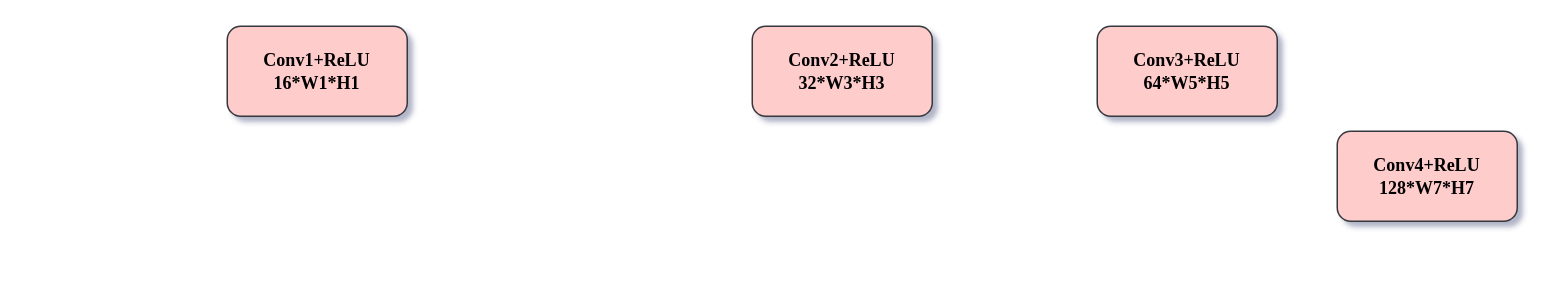
Before: sign_language_architecture.drawio in dhrubapuc23/Computer-Vision, a draw.io diagram. Source tidied: cells renumbered, new cells numbered last; positions are measured from the earlier drawing's top-left corner, leaving out a move shared by most shapes. Both pictures are drawn from the tidied source at 150%, with x=0, y=0 at pixel (226, 26).
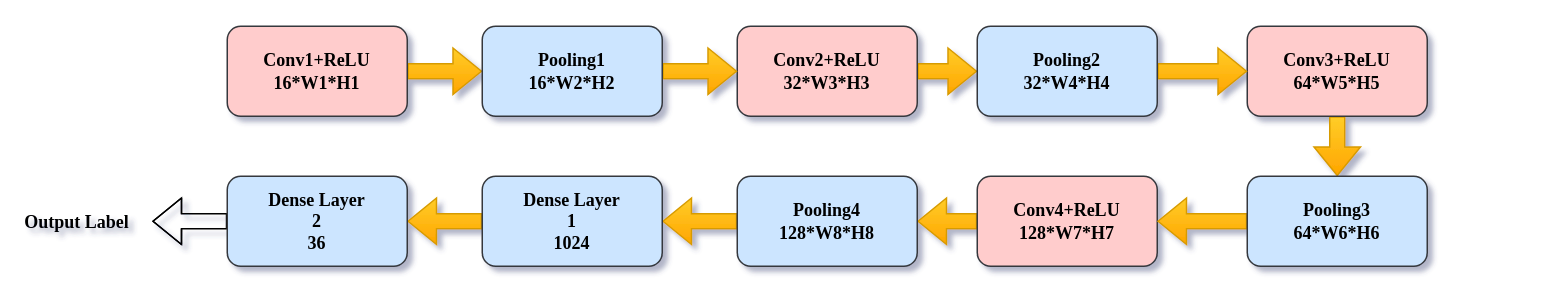
The same page after the edit.

Unchanged cells that the change refers to:
```xml
<mxCell id="2" value="&lt;div&gt;Conv1+ReLU&lt;/div&gt;&lt;div&gt;16*W1*H1&lt;br&gt;&lt;/div&gt;" style="rounded=1;whiteSpace=wrap;html=1;fillColor=#ffcccc;strokeColor=#36393d;fontFamily=Times New Roman;direction=west;fontStyle=1;" parent="1" vertex="1">
  <mxGeometry width="120" height="60" as="geometry" />
</mxCell>
```

What changed in the source:
```diff
@@
+    <mxCell id="6" style="edgeStyle=orthogonalEdgeStyle;rounded=0;jettySize=auto;html=1;entryX=1;entryY=0.5;entryDx=0;entryDy=0;fontFamily=Times New Roman;fillColor=#ffcd28;gradientColor=#ffa500;strokeColor=#d79b00;shape=flexArrow;" parent="1" edge="1" source="2" target="11">
+      <mxGeometry relative="1" as="geometry" />
+    </mxCell>
@@
+    <mxCell id="7" style="edgeStyle=orthogonalEdgeStyle;shape=flexArrow;rounded=0;jettySize=auto;html=1;exitX=0;exitY=0.5;exitDx=0;exitDy=0;fontFamily=Times New Roman;fillColor=#ffcd28;gradientColor=#ffa500;strokeColor=#d79b00;" parent="1" edge="1" source="3" target="13">
+      <mxGeometry relative="1" as="geometry" />
+    </mxCell>
     <mxCell id="3" value="&lt;div&gt;Conv2+ReLU&lt;/div&gt;&lt;div&gt;32*W3*H3&lt;br&gt;&lt;/div&gt;" style="rounded=1;whiteSpace=wrap;html=1;fillColor=#ffcccc;strokeColor=#36393d;fontFamily=Times New Roman;direction=west;fontStyle=1;" parent="1" vertex="1">
-      <mxGeometry x="350" width="120" height="60" as="geometry" />
+      <mxGeometry x="340" width="120" height="60" as="geometry" />
     </mxCell>
+    <mxCell id="8" style="edgeStyle=orthogonalEdgeStyle;shape=flexArrow;rounded=0;jettySize=auto;html=1;fontFamily=Times New Roman;fillColor=#ffcd28;gradientColor=#ffa500;strokeColor=#d79b00;" parent="1" edge="1" source="4" target="15">
+      <mxGeometry relative="1" as="geometry" />
+    </mxCell>
     <mxCell id="4" value="&lt;div&gt;Conv3+ReLU&lt;/div&gt;&lt;div&gt;64*W5*H5&lt;br&gt;&lt;/div&gt;" style="rounded=1;whiteSpace=wrap;html=1;fillColor=#ffcccc;strokeColor=#36393d;fontFamily=Times New Roman;direction=west;fontStyle=1;" parent="1" vertex="1">
-      <mxGeometry x="580" width="120" height="60" as="geometry" />
+      <mxGeometry x="680" width="120" height="60" as="geometry" />
     </mxCell>
+    <mxCell id="9" style="edgeStyle=orthogonalEdgeStyle;shape=flexArrow;rounded=0;jettySize=auto;html=1;entryX=0;entryY=0.5;entryDx=0;entryDy=0;fontFamily=Times New Roman;fillColor=#ffcd28;gradientColor=#ffa500;strokeColor=#d79b00;" parent="1" edge="1" source="5" target="17">
+      <mxGeometry relative="1" as="geometry" />
+    </mxCell>
     <mxCell id="5" value="&lt;div&gt;Conv4+ReLU&lt;/div&gt;&lt;div&gt;128*W7*H7&lt;br&gt;&lt;/div&gt;" style="rounded=1;whiteSpace=wrap;html=1;fillColor=#ffcccc;strokeColor=#36393d;fontFamily=Times New Roman;direction=west;fontStyle=1;" parent="1" vertex="1">
-      <mxGeometry x="740" y="70" width="120" height="60" as="geometry" />
+      <mxGeometry x="500" y="100" width="120" height="60" as="geometry" />
     </mxCell>
+    <mxCell id="10" style="edgeStyle=orthogonalEdgeStyle;shape=flexArrow;rounded=0;jettySize=auto;html=1;exitX=0;exitY=0.5;exitDx=0;exitDy=0;entryX=1;entryY=0.5;entryDx=0;entryDy=0;fontFamily=Times New Roman;fillColor=#ffcd28;gradientColor=#ffa500;strokeColor=#d79b00;" parent="1" edge="1" source="11" target="3">
+      <mxGeometry relative="1" as="geometry" />
+    </mxCell>
+    <mxCell id="11" value="&lt;div&gt;Pooling1&lt;br&gt;&lt;/div&gt;&lt;div&gt;16*W2*H2&lt;br&gt;&lt;/div&gt;" style="rounded=1;whiteSpace=wrap;html=1;fillColor=#cce5ff;strokeColor=#36393d;fontFamily=Times New Roman;direction=west;fontStyle=1;" parent="1" vertex="1">
+      <mxGeometry x="170" width="120" height="60" as="geometry" />
+    </mxCell>
+    <mxCell id="12" style="edgeStyle=orthogonalEdgeStyle;shape=flexArrow;rounded=0;jettySize=auto;html=1;fontFamily=Times New Roman;fillColor=#ffcd28;gradientColor=#ffa500;strokeColor=#d79b00;" parent="1" edge="1" source="13" target="4">
+      <mxGeometry relative="1" as="geometry" />
+    </mxCell>
+    <mxCell id="13" value="&lt;div&gt;Pooling2&lt;br&gt;&lt;/div&gt;&lt;div&gt;32*W4*H4&lt;br&gt;&lt;/div&gt;" style="rounded=1;whiteSpace=wrap;html=1;fillColor=#cce5ff;strokeColor=#36393d;fontFamily=Times New Roman;direction=west;fontStyle=1;" parent="1" vertex="1">
+      <mxGeometry x="500" width="120" height="60" as="geometry" />
+    </mxCell>
+    <mxCell id="14" style="edgeStyle=orthogonalEdgeStyle;shape=flexArrow;rounded=0;jettySize=auto;html=1;entryX=0;entryY=0.5;entryDx=0;entryDy=0;fontFamily=Times New Roman;fillColor=#ffcd28;gradientColor=#ffa500;strokeColor=#d79b00;" parent="1" edge="1" source="15" target="5">
+      <mxGeometry relative="1" as="geometry" />
+    </mxCell>
+    <mxCell id="15" value="&lt;div&gt;Pooling3&lt;br&gt;&lt;/div&gt;&lt;div&gt;64*W6*H6&lt;br&gt;&lt;/div&gt;" style="rounded=1;whiteSpace=wrap;html=1;fillColor=#cce5ff;strokeColor=#36393d;fontFamily=Times New Roman;direction=west;fontStyle=1;" parent="1" vertex="1">
+      <mxGeometry x="680" y="100" width="120" height="60" as="geometry" />
+    </mxCell>
+    <mxCell id="16" style="edgeStyle=orthogonalEdgeStyle;shape=flexArrow;rounded=0;jettySize=auto;html=1;entryX=0;entryY=0.5;entryDx=0;entryDy=0;fontFamily=Times New Roman;fillColor=#ffcd28;gradientColor=#ffa500;strokeColor=#d79b00;" parent="1" edge="1" source="17" target="19">
+      <mxGeometry relative="1" as="geometry" />
+    </mxCell>
+    <mxCell id="17" value="&lt;div&gt;Pooling4&lt;br&gt;&lt;/div&gt;&lt;div&gt;128*W8*H8&lt;br&gt;&lt;/div&gt;" style="rounded=1;whiteSpace=wrap;html=1;fillColor=#cce5ff;strokeColor=#36393d;fontFamily=Times New Roman;direction=west;fontStyle=1;" parent="1" vertex="1">
+      <mxGeometry x="340" y="100" width="120" height="60" as="geometry" />
+    </mxCell>
+    <mxCell id="18" style="edgeStyle=orthogonalEdgeStyle;shape=flexArrow;rounded=0;jettySize=auto;html=1;fontFamily=Times New Roman;fillColor=#ffcd28;gradientColor=#ffa500;strokeColor=#d79b00;" parent="1" edge="1" source="19" target="21">
+      <mxGeometry relative="1" as="geometry" />
+    </mxCell>
+    <mxCell id="19" value="&lt;div&gt;Dense Layer&lt;/div&gt;&lt;div&gt;1 &lt;br&gt;&lt;/div&gt;&lt;div&gt;1024&lt;br&gt;&lt;/div&gt;" style="rounded=1;whiteSpace=wrap;html=1;fillColor=#cce5ff;strokeColor=#36393d;fontFamily=Times New Roman;direction=west;fontStyle=1;" parent="1" vertex="1">
+      <mxGeometry x="170" y="100" width="120" height="60" as="geometry" />
+    </mxCell>
+    <mxCell id="20" style="edgeStyle=orthogonalEdgeStyle;shape=flexArrow;rounded=0;jettySize=auto;html=1;fontFamily=Times New Roman;" parent="1" edge="1" source="21">
+      <mxGeometry relative="1" as="geometry">
+        <mxPoint x="-50" y="130" as="targetPoint" />
+      </mxGeometry>
+    </mxCell>
+    <mxCell id="21" value="&lt;div&gt;Dense Layer&lt;/div&gt;&lt;div&gt;2&lt;br&gt;&lt;/div&gt;&lt;div&gt;36&lt;br&gt;&lt;/div&gt;" style="rounded=1;whiteSpace=wrap;html=1;fillColor=#cce5ff;strokeColor=#36393d;fontFamily=Times New Roman;direction=west;fontStyle=1;" parent="1" vertex="1">
+      <mxGeometry y="100" width="120" height="60" as="geometry" />
+    </mxCell>
+    <mxCell id="22" value="Output Label" style="text;strokeColor=none;fillColor=none;align=center;verticalAlign=middle;rounded=0;fontFamily=Times New Roman;fontStyle=1;" parent="1" vertex="1">
+      <mxGeometry x="-130" y="115" width="60" height="30" as="geometry" />
+    </mxCell>
```
